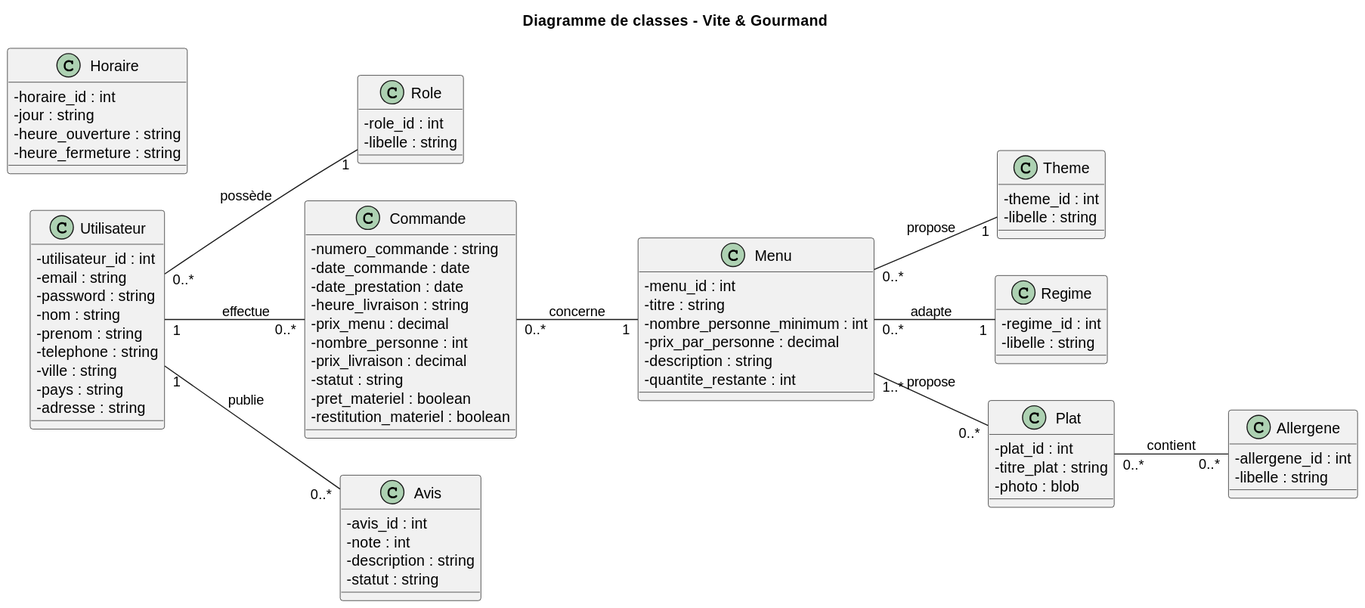
The PlantUML diagram docs/diagrammes/diagramme-classes.svg in Meldince6790/vite-et-gourmand, before a commit.
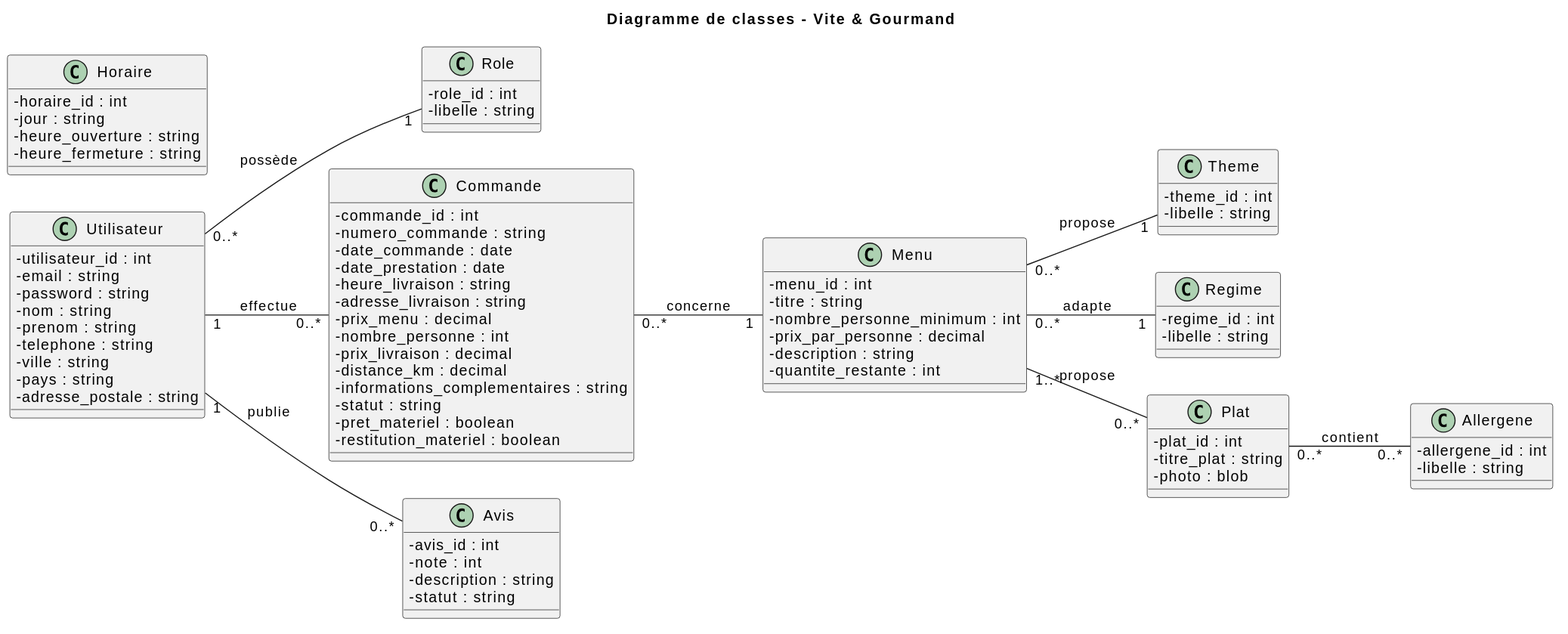
Later version of the same file.

The edit, as a diff of the source:
```diff
@@ -15,7 +15,7 @@
     - telephone : string
     - ville : string
     - pays : string
-    - adresse : string
+    - adresse_postale : string
 }
 
 class Role {
@@ -60,13 +60,17 @@
 
 
 class Commande {
+    - commande_id : int
     - numero_commande : string
     - date_commande : date
     - date_prestation : date
     - heure_livraison : string
+    - adresse_livraison : string
     - prix_menu : decimal
     - nombre_personne : int
     - prix_livraison : decimal
+    - distance_km : decimal
+    - informations_complementaires : string
     - statut : string
     - pret_materiel : boolean
     - restitution_materiel : boolean
```
